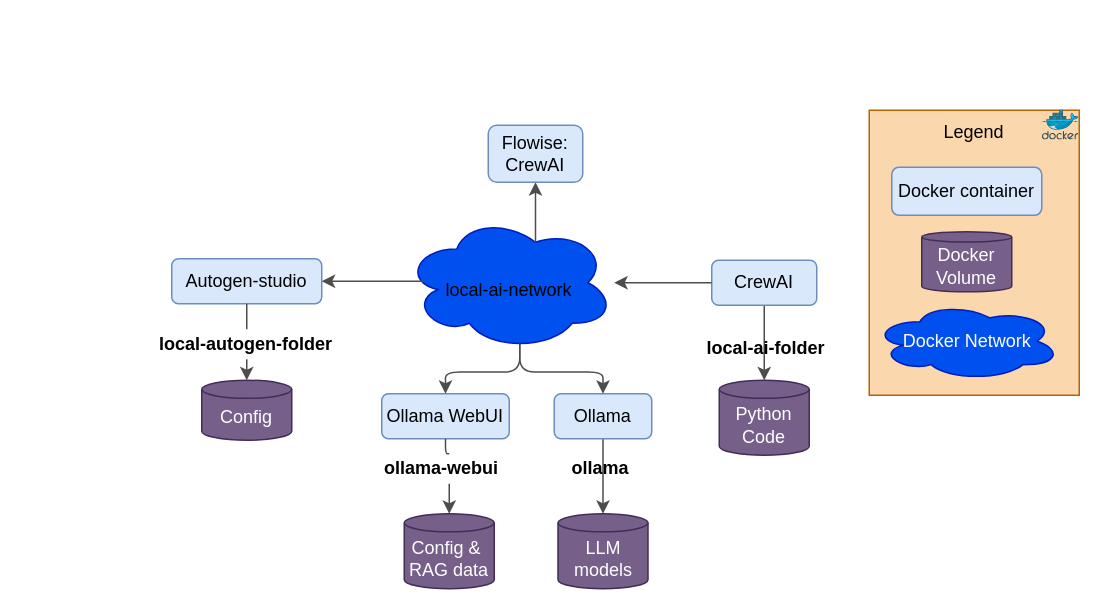
Earlier version of the draw.io diagram docs/overview.drawio (miman/docker-local-ai). Source tidied: cells renumbered, new cells numbered last; positions are measured from the earlier drawing's top-left corner, leaving out a move shared by most shapes. Both pictures are drawn from the tidied source at 150%, with x=0, y=0 at pixel (148, 110).
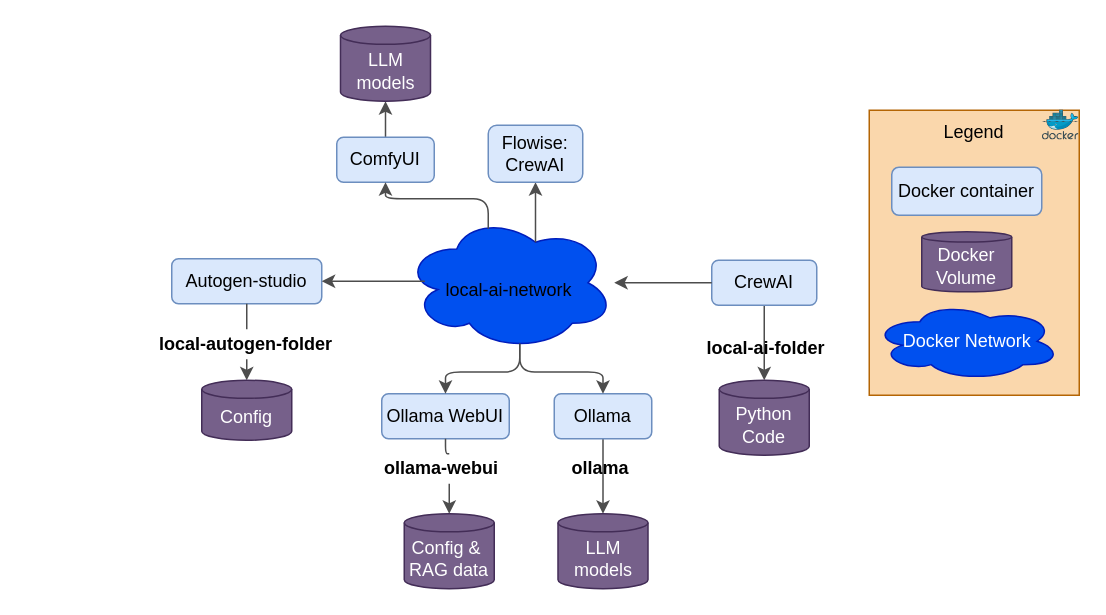
The same page after the edit.

Commit message (it also covers changes not shown here):
added comfyui to readme & overview img

Unchanged cells that the change refers to:
```xml
<mxCell id="11" style="ellipse;shape=cloud;whiteSpace=wrap;html=1;align=left;fillColor=#0050ef;fontColor=#ffffff;strokeColor=#001DBC;" parent="1" vertex="1">
  <mxGeometry x="170" y="70" width="140" height="90" as="geometry" />
</mxCell>
```

Change to the diagram source:
```diff
@@
+    <mxCell id="38" style="edgeStyle=orthogonalEdgeStyle;html=1;strokeColor=#4D4D4D;" parent="1" edge="1" source="39" target="41">
+      <mxGeometry relative="1" as="geometry" />
+    </mxCell>
+    <mxCell id="39" value="ComfyUI" style="rounded=1;whiteSpace=wrap;html=1;fillColor=#dae8fc;strokeColor=#6c8ebf;fontColor=#000000;" parent="1" vertex="1">
+      <mxGeometry x="125" y="18" width="65" height="30" as="geometry" />
+    </mxCell>
+    <mxCell id="40" style="edgeStyle=orthogonalEdgeStyle;html=1;strokeColor=#4D4D4D;labelBackgroundColor=none;fontColor=#000000;exitX=0.4;exitY=0.1;exitDx=0;exitDy=0;exitPerimeter=0;" parent="1" edge="1" source="11" target="39">
+      <mxGeometry y="-10" relative="1" as="geometry" />
+    </mxCell>
+    <mxCell id="41" value="LLM models" style="shape=cylinder3;whiteSpace=wrap;html=1;boundedLbl=1;backgroundOutline=1;size=6.010398864746094;fillColor=#76608a;fontColor=#ffffff;strokeColor=#432D57;" parent="1" vertex="1">
+      <mxGeometry x="127.5" y="-56" width="60" height="50" as="geometry" />
+    </mxCell>
+    <mxCell id="42" style="edgeStyle=orthogonalEdgeStyle;rounded=0;orthogonalLoop=1;jettySize=auto;html=1;exitX=0.5;exitY=1;exitDx=0;exitDy=0;" parent="1" edge="1">
+      <mxGeometry relative="1" as="geometry">
+        <mxPoint x="-75" y="139" as="sourcePoint" />
+        <mxPoint x="-75" y="139" as="targetPoint" />
+      </mxGeometry>
+    </mxCell>
```
